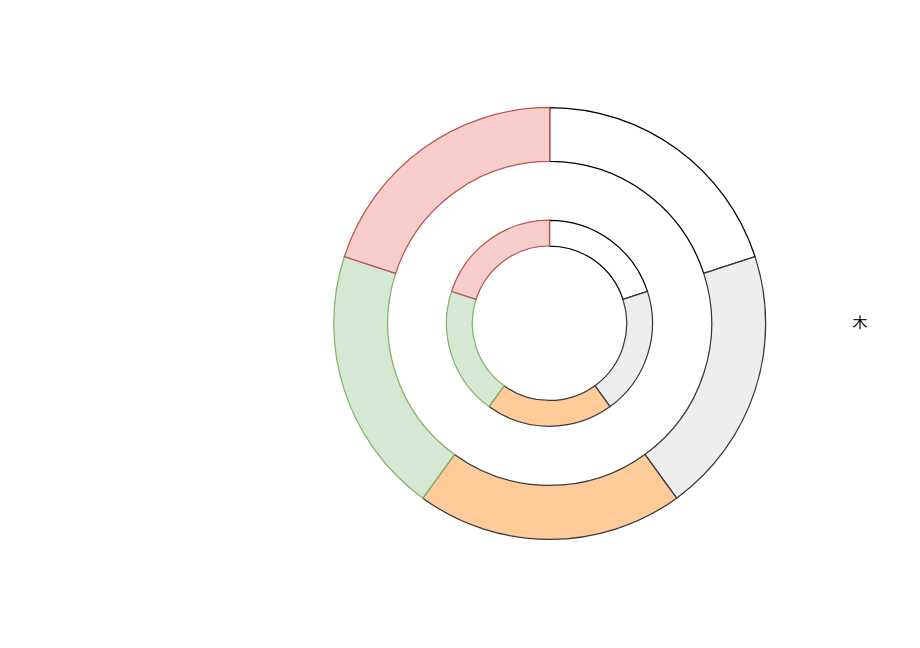
Before: page "Page-2" (2 of 2) of 中国古代命理学.drawio in wxfls/draw.io, a draw.io diagram. Source tidied: cells renumbered, new cells numbered last; positions are measured from the earlier drawing's top-left corner, leaving out a move shared by most shapes. Both pictures are drawn from the tidied source at 125%, with x=0, y=0 at pixel (248, 21).
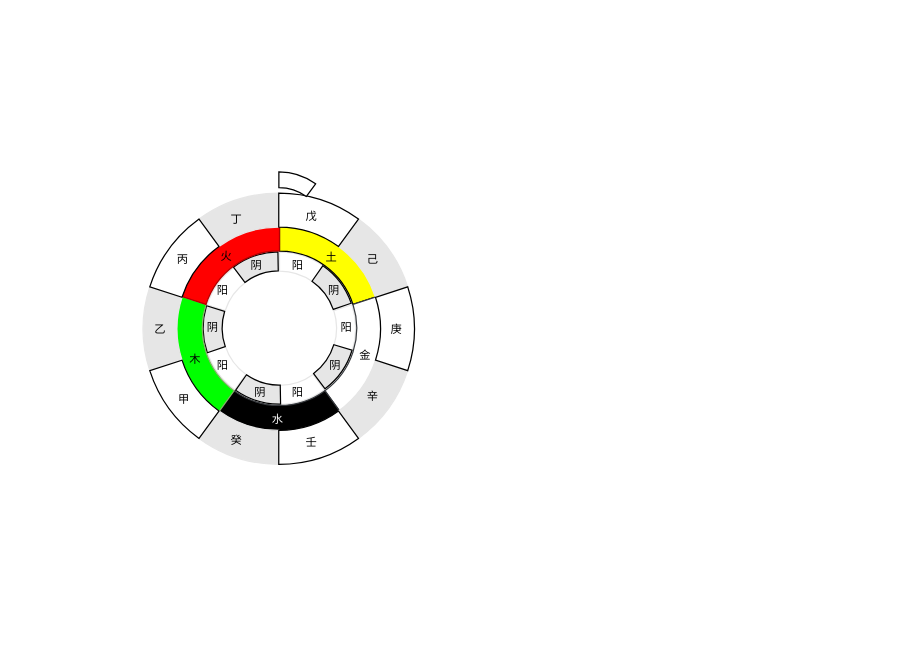
After the change.

Commit message:
Update 中国古代命理学.drawio

The edit, as a diff of the source:
```diff
@@
-    <mxCell id="2" value="木" style="text;html=1;strokeColor=none;fillColor=none;align=center;verticalAlign=middle;whiteSpace=wrap;rounded=0;" parent="1" vertex="1">
-      <mxGeometry x="460" y="226" width="60" height="30" as="geometry" />
-    </mxCell>
-    <mxCell id="3" style="group;" parent="1" vertex="1">
-      <mxGeometry width="482" height="482" as="geometry" />
-    </mxCell>
-    <mxCell id="4" style="verticalLabelPosition=bottom;verticalAlign=top;html=1;shape=mxgraph.basic.partConcEllipse;startAngle=0.0;endAngle=0.20;arcWidth=0.25;" parent="3" vertex="1">
-      <mxGeometry x="68.5" y="68.5" width="345.5" height="345.5" as="geometry" />
-    </mxCell>
-    <mxCell id="5" style="verticalLabelPosition=bottom;verticalAlign=top;html=1;shape=mxgraph.basic.partConcEllipse;startAngle=0.0;endAngle=0.20;arcWidth=0.25;rotation=72;fillColor=#eeeeee;strokeColor=#36393d;" parent="3" vertex="1">
-      <mxGeometry x="68.5" y="68.5" width="345.5" height="345.5" as="geometry" />
-    </mxCell>
-    <mxCell id="6" style="verticalLabelPosition=bottom;verticalAlign=top;html=1;shape=mxgraph.basic.partConcEllipse;startAngle=0.0;endAngle=0.20;arcWidth=0.25;rotation=144;fillColor=#ffcc99;strokeColor=#36393d;" parent="3" vertex="1">
-      <mxGeometry x="68.5" y="68.5" width="345.5" height="345.5" as="geometry" />
-    </mxCell>
-    <mxCell id="7" style="verticalLabelPosition=bottom;verticalAlign=top;html=1;shape=mxgraph.basic.partConcEllipse;startAngle=0.0;endAngle=0.20;arcWidth=0.25;rotation=216;fillColor=#d5e8d4;strokeColor=#82b366;" parent="3" vertex="1">
-      <mxGeometry x="68.5" y="68.5" width="345.5" height="345.5" as="geometry" />
-    </mxCell>
-    <mxCell id="8" style="verticalLabelPosition=bottom;verticalAlign=top;html=1;shape=mxgraph.basic.partConcEllipse;startAngle=0.0;endAngle=0.20;arcWidth=0.25;rotation=288;fillColor=#f8cecc;strokeColor=#b85450;" parent="3" vertex="1">
-      <mxGeometry x="68.5" y="68.5" width="345.5" height="345.5" as="geometry" />
-    </mxCell>
-    <mxCell id="9" style="group;" parent="3" vertex="1">
-      <mxGeometry x="126" y="126" width="230" height="230" as="geometry" />
-    </mxCell>
+    <mxCell id="15" style="group;" parent="1" vertex="1">
+      <mxGeometry x="-60" y="160" width="245" height="240" as="geometry" />
+    </mxCell>
+    <mxCell id="16" style="verticalLabelPosition=bottom;verticalAlign=top;html=1;shape=mxgraph.basic.partConcEllipse;startAngle=0.0;endAngle=0.10;arcWidth=0.25;fillColor=#FFFFFF;strokeColor=#E6E6E6;" parent="15" vertex="1">
+      <mxGeometry x="24.2" y="24.2" width="121.8" height="121.8" as="geometry" />
+    </mxCell>
+    <mxCell id="17" style="verticalLabelPosition=bottom;verticalAlign=top;html=1;shape=mxgraph.basic.partConcEllipse;startAngle=0.0;endAngle=0.10;arcWidth=0.25;rotation=72;fillColor=#FFFFFF;strokeColor=#E6E6E6;" parent="15" vertex="1">
+      <mxGeometry x="24.2" y="24.2" width="121.8" height="121.8" as="geometry" />
+    </mxCell>
+    <mxCell id="18" style="verticalLabelPosition=bottom;verticalAlign=top;html=1;shape=mxgraph.basic.partConcEllipse;startAngle=0.0;endAngle=0.10;arcWidth=0.25;rotation=144;fillColor=#FFFFFF;strokeColor=#E6E6E6;" parent="15" vertex="1">
+      <mxGeometry x="24.2" y="24.2" width="121.8" height="121.8" as="geometry" />
+    </mxCell>
+    <mxCell id="19" style="verticalLabelPosition=bottom;verticalAlign=top;html=1;shape=mxgraph.basic.partConcEllipse;startAngle=0.0;endAngle=0.10;arcWidth=0.25;rotation=216;fillColor=#FFFFFF;strokeColor=#E6E6E6;" parent="15" vertex="1">
+      <mxGeometry x="24.2" y="24.2" width="121.8" height="121.8" as="geometry" />
+    </mxCell>
+    <mxCell id="20" style="verticalLabelPosition=bottom;verticalAlign=top;html=1;shape=mxgraph.basic.partConcEllipse;startAngle=0.0;endAngle=0.10;arcWidth=0.25;rotation=288;fillColor=#FFFFFF;strokeColor=#E6E6E6;fontColor=#ffffff;" parent="15" vertex="1">
+      <mxGeometry x="24.2" y="24.2" width="121.8" height="121.8" as="geometry" />
+    </mxCell>
+    <mxCell id="21" style="group;direction=east;rotation=35;" parent="15" vertex="1">
+      <mxGeometry width="245" height="240" as="geometry" />
+    </mxCell>
+    <mxCell id="22" style="verticalLabelPosition=bottom;verticalAlign=top;html=1;shape=mxgraph.basic.partConcEllipse;startAngle=0.0;endAngle=0.10;arcWidth=0.25;fillColor=#E6E6E6;strokeColor=#000000;rotation=35;" parent="21" vertex="1">
+      <mxGeometry x="24" y="24" width="121.8" height="121.8" as="geometry" />
+    </mxCell>
+    <mxCell id="23" style="verticalLabelPosition=bottom;verticalAlign=top;html=1;shape=mxgraph.basic.partConcEllipse;startAngle=0.0;endAngle=0.10;arcWidth=0.25;rotation=107;fillColor=#E6E6E6;strokeColor=#000000;" parent="21" vertex="1">
+      <mxGeometry x="24" y="24" width="121.8" height="121.8" as="geometry" />
+    </mxCell>
+    <mxCell id="24" style="verticalLabelPosition=bottom;verticalAlign=top;html=1;shape=mxgraph.basic.partConcEllipse;startAngle=0.0;endAngle=0.10;arcWidth=0.25;rotation=179;fillColor=#E6E6E6;strokeColor=#000000;" parent="21" vertex="1">
+      <mxGeometry x="24" y="24" width="121.8" height="121.8" as="geometry" />
+    </mxCell>
+    <mxCell id="25" style="verticalLabelPosition=bottom;verticalAlign=top;html=1;shape=mxgraph.basic.partConcEllipse;startAngle=0.0;endAngle=0.10;arcWidth=0.25;rotation=251;fillColor=#E6E6E6;strokeColor=#000000;" parent="21" vertex="1">
+      <mxGeometry x="24" y="24" width="121.8" height="121.8" as="geometry" />
+    </mxCell>
+    <mxCell id="26" style="verticalLabelPosition=bottom;verticalAlign=top;html=1;shape=mxgraph.basic.partConcEllipse;startAngle=0.0;endAngle=0.10;arcWidth=0.25;rotation=323;fillColor=#E6E6E6;strokeColor=#000000;fontColor=#ffffff;" parent="21" vertex="1">
+      <mxGeometry x="24" y="24" width="121.8" height="121.8" as="geometry" />
+    </mxCell>
+    <mxCell id="27" value="阴" style="text;html=1;strokeColor=none;fillColor=none;align=center;verticalAlign=middle;whiteSpace=wrap;rounded=0;comic=0;fontSize=9;rotation=0;" parent="21" vertex="1">
+      <mxGeometry x="119" y="50" width="20" height="9" as="geometry" />
+    </mxCell>
+    <mxCell id="28" value="阴" style="text;html=1;strokeColor=none;fillColor=none;align=center;verticalAlign=middle;whiteSpace=wrap;rounded=0;comic=0;fontSize=9;rotation=0;" parent="21" vertex="1">
+      <mxGeometry x="120" y="110" width="20" height="9" as="geometry" />
+    </mxCell>
+    <mxCell id="29" value="阳" style="text;html=1;strokeColor=none;fillColor=none;align=center;verticalAlign=middle;whiteSpace=wrap;rounded=0;comic=0;fontSize=9;rotation=0;" parent="15" vertex="1">
+      <mxGeometry x="30" y="50" width="20" height="9" as="geometry" />
+    </mxCell>
+    <mxCell id="30" value="阳" style="text;html=1;strokeColor=none;fillColor=none;align=center;verticalAlign=middle;whiteSpace=wrap;rounded=0;comic=0;fontSize=9;rotation=0;" parent="15" vertex="1">
+      <mxGeometry x="30" y="110" width="20" height="10" as="geometry" />
+    </mxCell>
+    <mxCell id="31" style="group;" parent="1" vertex="1">
+      <mxGeometry x="-90" y="130" width="420.2" height="300.2" as="geometry" />
+    </mxCell>
-    <mxCell id="10" style="verticalLabelPosition=bottom;verticalAlign=top;html=1;shape=mxgraph.basic.partConcEllipse;startAngle=0.0;endAngle=0.20;arcWidth=0.25;" parent="9" vertex="1">
+    <mxCell id="10" style="verticalLabelPosition=bottom;verticalAlign=top;html=1;shape=mxgraph.basic.partConcEllipse;startAngle=0.0;endAngle=0.20;arcWidth=0.25;fillColor=#FFFF00;" parent="31" vertex="1">
       <mxGeometry x="32.7" y="32.7" width="164.8" height="164.8" as="geometry" />
     </mxCell>
-    <mxCell id="11" style="verticalLabelPosition=bottom;verticalAlign=top;html=1;shape=mxgraph.basic.partConcEllipse;startAngle=0.0;endAngle=0.20;arcWidth=0.25;rotation=72;fillColor=#eeeeee;strokeColor=#36393d;" parent="9" vertex="1">
+    <mxCell id="11" style="verticalLabelPosition=bottom;verticalAlign=top;html=1;shape=mxgraph.basic.partConcEllipse;startAngle=0.0;endAngle=0.20;arcWidth=0.25;rotation=72;fillColor=#FFFFFF;strokeColor=#36393d;" parent="31" vertex="1">
       <mxGeometry x="32.7" y="32.7" width="164.8" height="164.8" as="geometry" />
     </mxCell>
-    <mxCell id="12" style="verticalLabelPosition=bottom;verticalAlign=top;html=1;shape=mxgraph.basic.partConcEllipse;startAngle=0.0;endAngle=0.20;arcWidth=0.25;rotation=144;fillColor=#ffcc99;strokeColor=#36393d;" parent="9" vertex="1">
+    <mxCell id="12" style="verticalLabelPosition=bottom;verticalAlign=top;html=1;shape=mxgraph.basic.partConcEllipse;startAngle=0.0;endAngle=0.20;arcWidth=0.25;rotation=144;fillColor=#000000;strokeColor=#36393d;" parent="31" vertex="1">
       <mxGeometry x="32.7" y="32.7" width="164.8" height="164.8" as="geometry" />
     </mxCell>
-    <mxCell id="13" style="verticalLabelPosition=bottom;verticalAlign=top;html=1;shape=mxgraph.basic.partConcEllipse;startAngle=0.0;endAngle=0.20;arcWidth=0.25;rotation=216;fillColor=#d5e8d4;strokeColor=#82b366;" parent="9" vertex="1">
+    <mxCell id="13" style="verticalLabelPosition=bottom;verticalAlign=top;html=1;shape=mxgraph.basic.partConcEllipse;startAngle=0.0;endAngle=0.20;arcWidth=0.25;rotation=216;fillColor=#00FF00;strokeColor=#82b366;" parent="31" vertex="1">
       <mxGeometry x="32.7" y="32.7" width="164.8" height="164.8" as="geometry" />
     </mxCell>
-    <mxCell id="14" style="verticalLabelPosition=bottom;verticalAlign=top;html=1;shape=mxgraph.basic.partConcEllipse;startAngle=0.0;endAngle=0.20;arcWidth=0.25;rotation=288;fillColor=#f8cecc;strokeColor=#b85450;" parent="9" vertex="1">
+    <mxCell id="14" style="verticalLabelPosition=bottom;verticalAlign=top;html=1;shape=mxgraph.basic.partConcEllipse;startAngle=0.0;endAngle=0.20;arcWidth=0.25;rotation=288;fillColor=#FF0000;strokeColor=#B20000;fontColor=#ffffff;" parent="31" vertex="1">
       <mxGeometry x="32.7" y="32.7" width="164.8" height="164.8" as="geometry" />
     </mxCell>
+    <mxCell id="32" value="阴" style="text;html=1;strokeColor=none;fillColor=none;align=center;verticalAlign=middle;whiteSpace=wrap;rounded=0;comic=0;fontSize=9;rotation=0;" parent="31" vertex="1">
+      <mxGeometry x="87" y="60" width="20" height="9" as="geometry" />
+    </mxCell>
+    <mxCell id="33" value="阴" style="text;html=1;strokeColor=none;fillColor=none;align=center;verticalAlign=middle;whiteSpace=wrap;rounded=0;comic=0;fontSize=9;rotation=0;" parent="31" vertex="1">
+      <mxGeometry x="90" y="162" width="20" height="9" as="geometry" />
+    </mxCell>
+    <mxCell id="34" value="阴" style="text;html=1;strokeColor=none;fillColor=none;align=center;verticalAlign=middle;whiteSpace=wrap;rounded=0;comic=0;fontSize=9;rotation=0;" parent="31" vertex="1">
+      <mxGeometry x="52" y="110.6" width="20" height="9" as="geometry" />
+    </mxCell>
+    <mxCell id="35" value="阳" style="text;html=1;strokeColor=none;fillColor=none;align=center;verticalAlign=middle;whiteSpace=wrap;rounded=0;comic=0;fontSize=9;rotation=0;" parent="31" vertex="1">
+      <mxGeometry x="120" y="60" width="20" height="9" as="geometry" />
+    </mxCell>
+    <mxCell id="36" value="阳" style="text;html=1;strokeColor=none;fillColor=none;align=center;verticalAlign=middle;whiteSpace=wrap;rounded=0;comic=0;fontSize=9;rotation=0;" parent="31" vertex="1">
+      <mxGeometry x="159" y="110.6" width="20" height="9" as="geometry" />
+    </mxCell>
+    <mxCell id="37" value="阳" style="text;html=1;strokeColor=none;fillColor=none;align=center;verticalAlign=middle;whiteSpace=wrap;rounded=0;comic=0;fontSize=9;rotation=0;" parent="31" vertex="1">
+      <mxGeometry x="120" y="162" width="20" height="9" as="geometry" />
+    </mxCell>
+    <mxCell id="38" value="火" style="text;html=1;strokeColor=none;fillColor=none;align=center;verticalAlign=middle;whiteSpace=wrap;rounded=0;comic=0;fontSize=9;rotation=0;" parent="31" vertex="1">
+      <mxGeometry x="63" y="48" width="20" height="19" as="geometry" />
+    </mxCell>
+    <mxCell id="2" value="木" style="text;html=1;strokeColor=none;fillColor=none;align=center;verticalAlign=middle;whiteSpace=wrap;rounded=0;comic=0;fontSize=9;rotation=0;" parent="31" vertex="1">
+      <mxGeometry x="38" y="130" width="20" height="19" as="geometry" />
+    </mxCell>
+    <mxCell id="39" value="土" style="text;html=1;strokeColor=none;fillColor=none;align=center;verticalAlign=middle;whiteSpace=wrap;rounded=0;comic=0;fontSize=9;rotation=0;" parent="31" vertex="1">
+      <mxGeometry x="147" y="49" width="20" height="19" as="geometry" />
+    </mxCell>
+    <mxCell id="40" value="金" style="text;html=1;strokeColor=none;fillColor=none;align=center;verticalAlign=middle;whiteSpace=wrap;rounded=0;comic=0;fontSize=9;rotation=0;" parent="31" vertex="1">
+      <mxGeometry x="173.6" y="127" width="20" height="19" as="geometry" />
+    </mxCell>
+    <mxCell id="41" value="&lt;font color=&quot;#FFFFFF&quot;&gt;水&lt;/font&gt;" style="text;html=1;strokeColor=none;fillColor=none;align=center;verticalAlign=middle;whiteSpace=wrap;rounded=0;comic=0;fontSize=9;rotation=0;" parent="31" vertex="1">
+      <mxGeometry x="104" y="178.6" width="20" height="19" as="geometry" />
+    </mxCell>
+    <mxCell id="42" style="group;rotation=120;" parent="31" vertex="1">
+      <mxGeometry x="-37" y="-36" width="300" height="300" as="geometry" />
+    </mxCell>
+    <mxCell id="43" style="verticalLabelPosition=bottom;verticalAlign=top;html=1;shape=mxgraph.basic.partConcEllipse;startAngle=0.0;endAngle=0.10;arcWidth=0.25;fillColor=#E6E6E6;strokeColor=#E6E6E6;rotation=36;" parent="42" vertex="1">
+      <mxGeometry x="43" y="43" width="217" height="217" as="geometry" />
+    </mxCell>
+    <mxCell id="44" style="verticalLabelPosition=bottom;verticalAlign=top;html=1;shape=mxgraph.basic.partConcEllipse;startAngle=0.0;endAngle=0.10;arcWidth=0.25;rotation=108;fillColor=#E6E6E6;strokeColor=#E6E6E6;" parent="42" vertex="1">
+      <mxGeometry x="43" y="43" width="217" height="217" as="geometry" />
+    </mxCell>
+    <mxCell id="45" style="verticalLabelPosition=bottom;verticalAlign=top;html=1;shape=mxgraph.basic.partConcEllipse;startAngle=0.0;endAngle=0.10;arcWidth=0.25;rotation=180;fillColor=#E6E6E6;strokeColor=#E6E6E6;" parent="42" vertex="1">
+      <mxGeometry x="43" y="43" width="217" height="217" as="geometry" />
+    </mxCell>
+    <mxCell id="46" style="verticalLabelPosition=bottom;verticalAlign=top;html=1;shape=mxgraph.basic.partConcEllipse;startAngle=0.0;endAngle=0.10;arcWidth=0.25;rotation=252;fillColor=#E6E6E6;strokeColor=#E6E6E6;" parent="42" vertex="1">
+      <mxGeometry x="43" y="43" width="217" height="217" as="geometry" />
+    </mxCell>
+    <mxCell id="47" style="verticalLabelPosition=bottom;verticalAlign=top;html=1;shape=mxgraph.basic.partConcEllipse;startAngle=0.0;endAngle=0.10;arcWidth=0.25;rotation=324;fillColor=#E6E6E6;strokeColor=#E6E6E6;fontColor=#ffffff;" parent="42" vertex="1">
+      <mxGeometry x="43" y="43" width="217" height="217" as="geometry" />
+    </mxCell>
+    <mxCell id="48" style="group;direction=east;rotation=72;" parent="42" vertex="1">
+      <mxGeometry width="303.1" height="303.1" as="geometry" />
+    </mxCell>
+    <mxCell id="49" style="verticalLabelPosition=bottom;verticalAlign=top;html=1;shape=mxgraph.basic.partConcEllipse;startAngle=0.0;endAngle=0.10;arcWidth=0.25;fillColor=#FFFFFF;strokeColor=#000000;rotation=72;" parent="48" vertex="1">
+      <mxGeometry x="43" y="43" width="217" height="217" as="geometry" />
+    </mxCell>
+    <mxCell id="50" style="verticalLabelPosition=bottom;verticalAlign=top;html=1;shape=mxgraph.basic.partConcEllipse;startAngle=0.0;endAngle=0.10;arcWidth=0.25;rotation=144;fillColor=#FFFFFF;strokeColor=#000000;" parent="48" vertex="1">
+      <mxGeometry x="43" y="43" width="217" height="217" as="geometry" />
+    </mxCell>
+    <mxCell id="51" style="verticalLabelPosition=bottom;verticalAlign=top;html=1;shape=mxgraph.basic.partConcEllipse;startAngle=0.0;endAngle=0.10;arcWidth=0.25;rotation=216;fillColor=#FFFFFF;strokeColor=#000000;" parent="48" vertex="1">
+      <mxGeometry x="43" y="43" width="217" height="217" as="geometry" />
+    </mxCell>
+    <mxCell id="52" style="verticalLabelPosition=bottom;verticalAlign=top;html=1;shape=mxgraph.basic.partConcEllipse;startAngle=0.0;endAngle=0.10;arcWidth=0.25;rotation=288;fillColor=#FFFFFF;strokeColor=#000000;" parent="48" vertex="1">
+      <mxGeometry x="43" y="43" width="217" height="217" as="geometry" />
+    </mxCell>
+    <mxCell id="53" style="verticalLabelPosition=bottom;verticalAlign=top;html=1;shape=mxgraph.basic.partConcEllipse;startAngle=0.0;endAngle=0.10;arcWidth=0.25;rotation=360;fillColor=#FFFFFF;strokeColor=#000000;fontColor=#ffffff;" parent="48" vertex="1">
+      <mxGeometry x="43" y="43" width="217" height="217" as="geometry" />
+    </mxCell>
+    <mxCell id="54" value="丙" style="text;html=1;strokeColor=none;fillColor=none;align=center;verticalAlign=middle;whiteSpace=wrap;rounded=0;comic=0;fontSize=9;rotation=0;" parent="48" vertex="1">
+      <mxGeometry x="65" y="86" width="20" height="19" as="geometry" />
+    </mxCell>
+    <mxCell id="55" value="戊" style="text;html=1;strokeColor=none;fillColor=none;align=center;verticalAlign=middle;whiteSpace=wrap;rounded=0;comic=0;fontSize=9;rotation=0;" parent="48" vertex="1">
+      <mxGeometry x="168" y="52" width="20" height="19" as="geometry" />
+    </mxCell>
+    <mxCell id="56" value="丁" style="text;html=1;strokeColor=none;fillColor=none;align=center;verticalAlign=middle;whiteSpace=wrap;rounded=0;comic=0;fontSize=9;rotation=0;" parent="48" vertex="1">
+      <mxGeometry x="108" y="54" width="20" height="19" as="geometry" />
+    </mxCell>
+    <mxCell id="57" value="庚" style="text;html=1;strokeColor=none;fillColor=none;align=center;verticalAlign=middle;whiteSpace=wrap;rounded=0;comic=0;fontSize=9;rotation=0;" parent="48" vertex="1">
+      <mxGeometry x="236" y="142" width="20" height="19" as="geometry" />
+    </mxCell>
+    <mxCell id="58" value="壬" style="text;html=1;strokeColor=none;fillColor=none;align=center;verticalAlign=middle;whiteSpace=wrap;rounded=0;comic=0;fontSize=9;rotation=0;" parent="48" vertex="1">
+      <mxGeometry x="168" y="233" width="20" height="19" as="geometry" />
+    </mxCell>
+    <mxCell id="59" value="癸" style="text;html=1;strokeColor=none;fillColor=none;align=center;verticalAlign=middle;whiteSpace=wrap;rounded=0;comic=0;fontSize=9;rotation=0;" parent="48" vertex="1">
+      <mxGeometry x="108" y="231" width="20" height="19" as="geometry" />
+    </mxCell>
+    <mxCell id="60" value="甲" style="text;html=1;strokeColor=none;fillColor=none;align=center;verticalAlign=middle;whiteSpace=wrap;rounded=0;comic=0;fontSize=9;rotation=0;" parent="48" vertex="1">
+      <mxGeometry x="66" y="198" width="20" height="19" as="geometry" />
+    </mxCell>
+    <mxCell id="61" value="乙" style="text;html=1;strokeColor=none;fillColor=none;align=center;verticalAlign=middle;whiteSpace=wrap;rounded=0;comic=0;fontSize=9;rotation=0;" parent="48" vertex="1">
+      <mxGeometry x="47" y="142.1" width="20" height="19" as="geometry" />
+    </mxCell>
+    <mxCell id="62" style="verticalLabelPosition=bottom;verticalAlign=top;html=1;shape=mxgraph.basic.partConcEllipse;startAngle=0.0;endAngle=0.10;arcWidth=0.25;rotation=360;fillColor=#FFFFFF;strokeColor=#000000;fontColor=#ffffff;" parent="48" vertex="1">
+      <mxGeometry x="101.6" y="26" width="100" height="100" as="geometry" />
+    </mxCell>
+    <mxCell id="63" value="己" style="text;html=1;strokeColor=none;fillColor=none;align=center;verticalAlign=middle;whiteSpace=wrap;rounded=0;comic=0;fontSize=9;rotation=0;" parent="42" vertex="1">
+      <mxGeometry x="217" y="86" width="20" height="19" as="geometry" />
+    </mxCell>
+    <mxCell id="64" value="辛" style="text;html=1;strokeColor=none;fillColor=none;align=center;verticalAlign=middle;whiteSpace=wrap;rounded=0;comic=0;fontSize=9;rotation=0;" parent="42" vertex="1">
+      <mxGeometry x="217" y="196" width="20" height="19" as="geometry" />
+    </mxCell>
```
